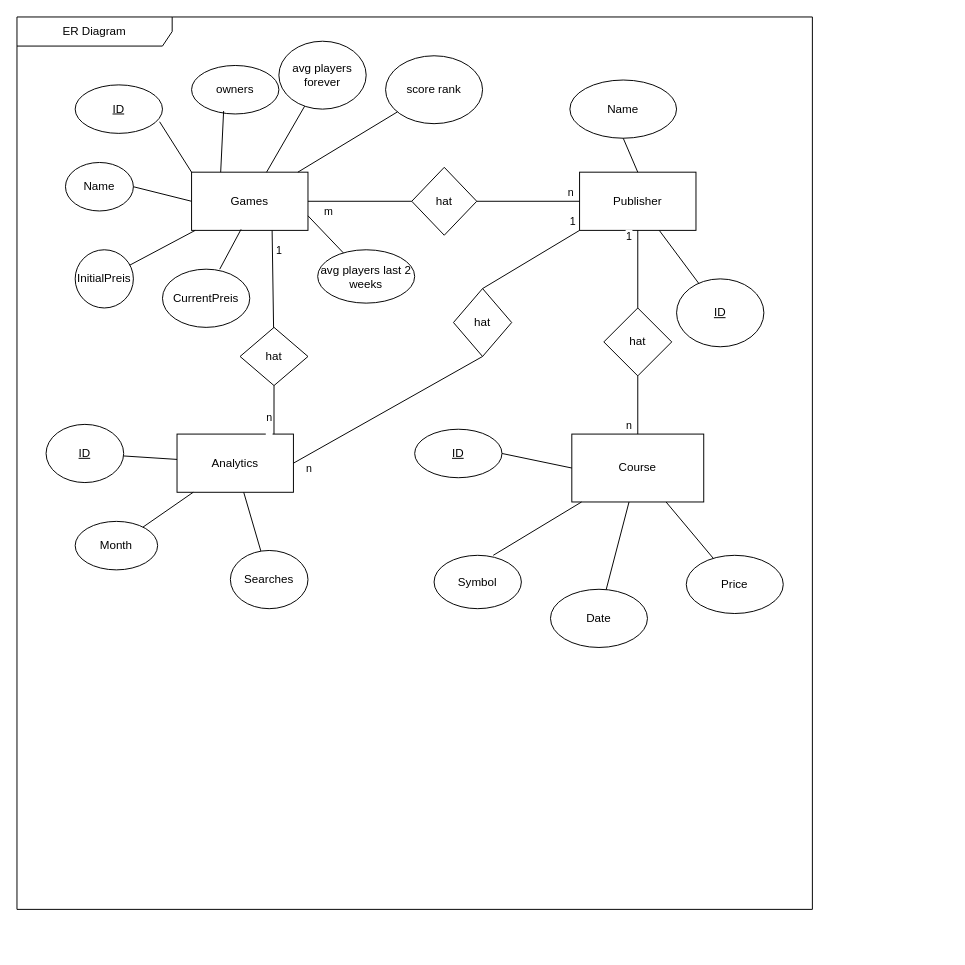
Earlier version of the draw.io diagram ERModel.drawio (Noah250201/Simulationsprojekt). Source tidied: cells renumbered, new cells numbered last; positions are measured from the earlier drawing's top-left corner, leaving out a move shared by most shapes. Both pictures are drawn from the tidied source at 97%, with x=0, y=0 at pixel (16, 16).
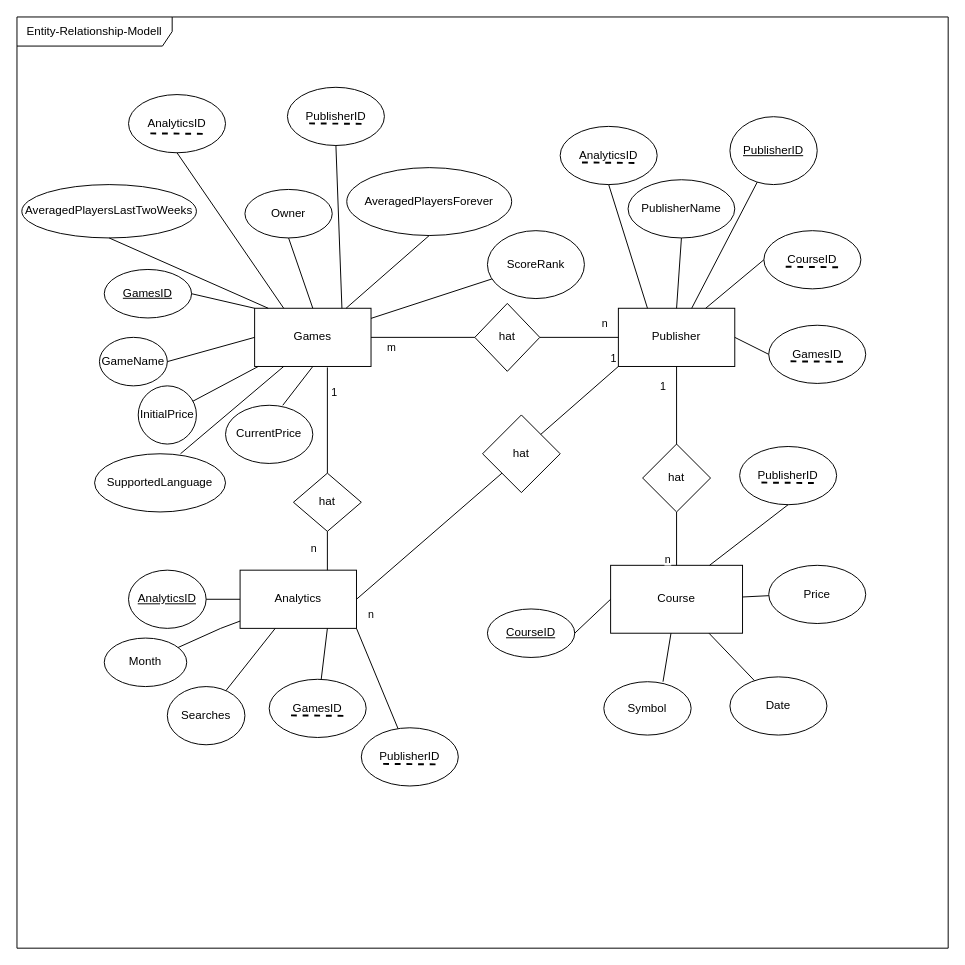
Above is the later version.

Commit message:
Update ERModel rdy to check

Unchanged cells that the change refers to:
```xml
<mxCell id="22" style="endArrow=none;html=1;rounded=0;entryX=0;entryY=0.5;entryDx=0;entryDy=0;exitX=1;exitY=0.5;exitDx=0;exitDy=0;" parent="2" edge="1" source="19" target="18">
  <mxGeometry relative="1" as="geometry" />
</mxCell>
<mxCell id="34" style="endArrow=none;html=1;rounded=0;" parent="2" edge="1" source="33" target="18">
  <mxGeometry relative="1" as="geometry" />
</mxCell>
```

What changed in the source:
```diff
@@
-    <mxCell id="2" value="ER Diagram" style="shape=umlFrame;whiteSpace=wrap;html=1;width=160;" parent="1" vertex="1">
-      <mxGeometry width="820" height="920" as="geometry" />
+    <mxCell id="2" value="Entity-Relationship-Modell" style="shape=umlFrame;whiteSpace=wrap;html=1;width=160;" parent="1" vertex="1">
+      <mxGeometry width="960" height="960" as="geometry" />
     </mxCell>
     <mxCell id="3" value="Games" style="rounded=0;whiteSpace=wrap;html=1;" parent="2" vertex="1">
-      <mxGeometry x="180" y="160" width="120" height="60" as="geometry" />
+      <mxGeometry x="245" y="300.3" width="120" height="60" as="geometry" />
     </mxCell>
-    <mxCell id="4" value="&lt;u&gt;ID&lt;/u&gt;" style="ellipse;whiteSpace=wrap;html=1;" parent="2" vertex="1">
-      <mxGeometry x="60" y="70" width="90" height="50" as="geometry" />
+    <mxCell id="4" value="&lt;u&gt;GamesID&lt;/u&gt;" style="ellipse;whiteSpace=wrap;html=1;" parent="2" vertex="1">
+      <mxGeometry x="90" y="260.3" width="90" height="50" as="geometry" />
     </mxCell>
-    <mxCell id="5" style="endArrow=none;html=1;rounded=0;entryX=0.967;entryY=0.76;entryDx=0;entryDy=0;entryPerimeter=0;exitX=0;exitY=0;exitDx=0;exitDy=0;" parent="2" edge="1" source="3" target="4">
+    <mxCell id="5" style="endArrow=none;html=1;rounded=0;exitX=0;exitY=0;exitDx=0;exitDy=0;entryX=1;entryY=0.5;entryDx=0;entryDy=0;" parent="2" edge="1" source="3" target="4">
       <mxGeometry relative="1" as="geometry" />
     </mxCell>
-    <mxCell id="6" value="Name" style="ellipse;whiteSpace=wrap;html=1;" parent="2" vertex="1">
-      <mxGeometry x="50" y="150" width="70" height="50" as="geometry" />
+    <mxCell id="6" value="GameName" style="ellipse;whiteSpace=wrap;html=1;" parent="2" vertex="1">
+      <mxGeometry x="85" y="330.3" width="70" height="50" as="geometry" />
     </mxCell>
-    <mxCell id="7" value="InitialPreis" style="ellipse;whiteSpace=wrap;html=1;" parent="2" vertex="1">
-      <mxGeometry x="60" y="240" width="60" height="60" as="geometry" />
+    <mxCell id="7" value="InitialPrice" style="ellipse;whiteSpace=wrap;html=1;" parent="2" vertex="1">
+      <mxGeometry x="125" y="380.3" width="60" height="60" as="geometry" />
     </mxCell>
-    <mxCell id="8" value="CurrentPreis" style="ellipse;whiteSpace=wrap;html=1;" parent="2" vertex="1">
-      <mxGeometry x="150" y="260" width="90" height="60" as="geometry" />
+    <mxCell id="8" value="CurrentPrice" style="ellipse;whiteSpace=wrap;html=1;" parent="2" vertex="1">
+      <mxGeometry x="215" y="400.3" width="90" height="60" as="geometry" />
     </mxCell>
@@
-    <mxCell id="11" style="endArrow=none;html=1;rounded=0;exitX=0.425;exitY=0.983;exitDx=0;exitDy=0;exitPerimeter=0;entryX=0.656;entryY=0;entryDx=0;entryDy=0;entryPerimeter=0;" parent="2" edge="1" source="3" target="8">
+    <mxCell id="11" style="endArrow=none;html=1;rounded=0;exitX=0.5;exitY=1;exitDx=0;exitDy=0;entryX=0.656;entryY=0;entryDx=0;entryDy=0;entryPerimeter=0;" parent="2" edge="1" source="3" target="8">
       <mxGeometry relative="1" as="geometry" />
     </mxCell>
-    <mxCell id="12" value="owners" style="ellipse;whiteSpace=wrap;html=1;" parent="2" vertex="1">
-      <mxGeometry x="180" y="50" width="90" height="50" as="geometry" />
+    <mxCell id="12" value="Owner" style="ellipse;whiteSpace=wrap;html=1;" parent="2" vertex="1">
+      <mxGeometry x="235" y="177.8" width="90" height="50" as="geometry" />
     </mxCell>
-    <mxCell id="13" value="avg players forever" style="ellipse;whiteSpace=wrap;html=1;" parent="2" vertex="1">
-      <mxGeometry x="270" y="25" width="90" height="70" as="geometry" />
+    <mxCell id="13" value="AveragedPlayersForever" style="ellipse;whiteSpace=wrap;html=1;" parent="2" vertex="1">
+      <mxGeometry x="340" y="155.3" width="170" height="70" as="geometry" />
     </mxCell>
-    <mxCell id="14" value="avg players last 2 weeks" style="ellipse;whiteSpace=wrap;html=1;" parent="2" vertex="1">
-      <mxGeometry x="310" y="240" width="100" height="55" as="geometry" />
+    <mxCell id="14" value="AveragedPlayersLastTwoWeeks" style="ellipse;whiteSpace=wrap;html=1;" parent="2" vertex="1">
+      <mxGeometry x="5" y="172.8" width="180" height="55" as="geometry" />
     </mxCell>
-    <mxCell id="15" style="endArrow=none;html=1;rounded=0;entryX=0.25;entryY=0;entryDx=0;entryDy=0;exitX=0.367;exitY=0.94;exitDx=0;exitDy=0;exitPerimeter=0;" parent="2" edge="1" source="12" target="3">
+    <mxCell id="15" style="endArrow=none;html=1;rounded=0;entryX=0.5;entryY=0;entryDx=0;entryDy=0;exitX=0.5;exitY=1;exitDx=0;exitDy=0;" parent="2" edge="1" source="12" target="3">
       <mxGeometry relative="1" as="geometry" />
     </mxCell>
-    <mxCell id="16" style="endArrow=none;html=1;rounded=0;" parent="2" edge="1" source="3" target="13">
+    <mxCell id="16" style="endArrow=none;html=1;rounded=0;entryX=0.5;entryY=1;entryDx=0;entryDy=0;" parent="2" edge="1" source="3" target="13">
       <mxGeometry relative="1" as="geometry" />
     </mxCell>
-    <mxCell id="17" style="endArrow=none;html=1;rounded=0;exitX=1;exitY=0.75;exitDx=0;exitDy=0;" parent="2" edge="1" source="3" target="14">
-      <mxGeometry relative="1" as="geometry" />
-    </mxCell>
     <mxCell id="18" value="Publisher" style="rounded=0;whiteSpace=wrap;html=1;" parent="2" vertex="1">
-      <mxGeometry x="580" y="160" width="120" height="60" as="geometry" />
+      <mxGeometry x="620" y="300.3" width="120" height="60" as="geometry" />
     </mxCell>
     <mxCell id="19" value="hat" style="rhombus;whiteSpace=wrap;html=1;" parent="2" vertex="1">
-      <mxGeometry x="407" y="155" width="67" height="70" as="geometry" />
+      <mxGeometry x="472" y="295.3" width="67" height="70" as="geometry" />
     </mxCell>
@@
     <mxCell id="23" value="n" style="edgeLabel;html=1;align=center;verticalAlign=middle;" parent="22" vertex="1">
       <mxGeometry x="-0.02" relative="1" as="geometry">
-        <mxPoint x="44" y="-10" as="offset" />
+        <mxPoint x="26" y="-15" as="offset" />
       </mxGeometry>
     </mxCell>
-    <mxCell id="24" value="&lt;u&gt;ID&lt;/u&gt;" style="ellipse;whiteSpace=wrap;html=1;" parent="2" vertex="1">
-      <mxGeometry x="680" y="270" width="90" height="70" as="geometry" />
+    <mxCell id="24" value="&lt;u&gt;PublisherID&lt;/u&gt;" style="ellipse;whiteSpace=wrap;html=1;" parent="2" vertex="1">
+      <mxGeometry x="735" y="102.8" width="90" height="70" as="geometry" />
     </mxCell>
@@
-    <mxCell id="26" value="score rank" style="ellipse;whiteSpace=wrap;html=1;" parent="2" vertex="1">
-      <mxGeometry x="380" y="40" width="100" height="70" as="geometry" />
+    <mxCell id="26" value="ScoreRank" style="ellipse;whiteSpace=wrap;html=1;" parent="2" vertex="1">
+      <mxGeometry x="485" y="220.3" width="100" height="70" as="geometry" />
     </mxCell>
@@
     <mxCell id="28" value="Course" style="rounded=0;whiteSpace=wrap;html=1;" parent="2" vertex="1">
-      <mxGeometry x="572" y="430" width="136" height="70" as="geometry" />
+      <mxGeometry x="612" y="565.3" width="136" height="70" as="geometry" />
     </mxCell>
     <mxCell id="29" value="Date" style="ellipse;whiteSpace=wrap;html=1;" parent="2" vertex="1">
-      <mxGeometry x="550" y="590" width="100" height="60" as="geometry" />
+      <mxGeometry x="735" y="680.3" width="100" height="60" as="geometry" />
     </mxCell>
     <mxCell id="30" value="Price" style="ellipse;whiteSpace=wrap;html=1;" parent="2" vertex="1">
-      <mxGeometry x="690" y="555" width="100" height="60" as="geometry" />
+      <mxGeometry x="775" y="565.3" width="100" height="60" as="geometry" />
     </mxCell>
@@
     <mxCell id="33" value="hat" style="rhombus;whiteSpace=wrap;html=1;" parent="2" vertex="1">
-      <mxGeometry x="605" y="300" width="70" height="70" as="geometry" />
+      <mxGeometry x="645" y="440.3" width="70" height="70" as="geometry" />
     </mxCell>
@@
     <mxCell id="35" value="1" style="edgeLabel;html=1;align=center;verticalAlign=middle;" parent="34" vertex="1">
       <mxGeometry x="0.38" relative="1" as="geometry">
-        <mxPoint x="-10" y="-20" as="offset" />
+        <mxPoint x="-15" y="-5" as="offset" />
       </mxGeometry>
     </mxCell>
@@
     <mxCell id="38" value="Symbol" style="ellipse;whiteSpace=wrap;html=1;" parent="2" vertex="1">
-      <mxGeometry x="430" y="555" width="90" height="55" as="geometry" />
+      <mxGeometry x="605" y="685.3" width="90" height="55" as="geometry" />
     </mxCell>
@@
     <mxCell id="40" value="Analytics" style="rounded=0;whiteSpace=wrap;html=1;" parent="2" vertex="1">
-      <mxGeometry x="165" y="430" width="120" height="60" as="geometry" />
+      <mxGeometry x="230" y="570.3" width="120" height="60" as="geometry" />
     </mxCell>
     <mxCell id="41" value="Month" style="ellipse;whiteSpace=wrap;html=1;" parent="2" vertex="1">
-      <mxGeometry x="60" y="520" width="85" height="50" as="geometry" />
+      <mxGeometry x="90" y="640.3" width="85" height="50" as="geometry" />
     </mxCell>
-    <mxCell id="42" value="&lt;u&gt;ID&lt;/u&gt;" style="ellipse;whiteSpace=wrap;html=1;" parent="2" vertex="1">
-      <mxGeometry x="30" y="420" width="80" height="60" as="geometry" />
+    <mxCell id="42" value="&lt;u&gt;AnalyticsID&lt;/u&gt;" style="ellipse;whiteSpace=wrap;html=1;" parent="2" vertex="1">
+      <mxGeometry x="115" y="570.3" width="80" height="60" as="geometry" />
     </mxCell>
     <mxCell id="43" value="Searches" style="ellipse;whiteSpace=wrap;html=1;" parent="2" vertex="1">
-      <mxGeometry x="220" y="550" width="80" height="60" as="geometry" />
+      <mxGeometry x="155" y="690.3" width="80" height="60" as="geometry" />
     </mxCell>
@@
     <mxCell id="45" style="endArrow=none;html=1;rounded=0;" parent="2" edge="1" source="40" target="41">
-      <mxGeometry relative="1" as="geometry" />
+      <mxGeometry relative="1" as="geometry">
+        <Array as="points">
+          <mxPoint x="210" y="630.3" />
+        </Array>
+      </mxGeometry>
     </mxCell>
@@
     <mxCell id="47" value="hat" style="rhombus;whiteSpace=wrap;html=1;" parent="2" vertex="1">
-      <mxGeometry x="230" y="320" width="70" height="60" as="geometry" />
+      <mxGeometry x="285" y="470.3" width="70" height="60" as="geometry" />
     </mxCell>
-    <mxCell id="48" style="endArrow=none;html=1;rounded=0;entryX=0.5;entryY=1;entryDx=0;entryDy=0;exitX=0.833;exitY=0;exitDx=0;exitDy=0;exitPerimeter=0;" parent="2" edge="1" source="40" target="47">
+    <mxCell id="48" style="endArrow=none;html=1;rounded=0;entryX=0.5;entryY=1;entryDx=0;entryDy=0;exitX=0.75;exitY=0;exitDx=0;exitDy=0;" parent="2" edge="1" source="40" target="47">
       <mxGeometry relative="1" as="geometry" />
     </mxCell>
     <mxCell id="49" value="n&lt;div&gt;&lt;br&gt;&lt;/div&gt;" style="edgeLabel;html=1;align=center;verticalAlign=middle;" parent="48" vertex="1">
       <mxGeometry x="-0.16" y="2" relative="1" as="geometry">
-        <mxPoint x="-3" y="11" as="offset" />
+        <mxPoint x="-13" y="1" as="offset" />
       </mxGeometry>
     </mxCell>
-    <mxCell id="50" style="endArrow=none;html=1;rounded=0;exitX=0.692;exitY=1;exitDx=0;exitDy=0;exitPerimeter=0;" parent="2" edge="1" source="3" target="47">
-      <mxGeometry relative="1" as="geometry" />
+    <mxCell id="50" style="endArrow=none;html=1;rounded=0;" parent="2" edge="1" target="47">
+      <mxGeometry relative="1" as="geometry">
+        <mxPoint x="320" y="361.3" as="sourcePoint" />
+      </mxGeometry>
     </mxCell>
@@
     <mxCell id="52" value="hat" style="rhombus;whiteSpace=wrap;html=1;" parent="2" vertex="1">
-      <mxGeometry x="450" y="280" width="60" height="70" as="geometry" />
+      <mxGeometry x="480" y="410.3" width="80" height="80" as="geometry" />
     </mxCell>
-    <mxCell id="53" style="endArrow=none;html=1;rounded=0;entryX=0.5;entryY=1;entryDx=0;entryDy=0;exitX=1;exitY=0.5;exitDx=0;exitDy=0;" parent="2" edge="1" source="40" target="52">
+    <mxCell id="53" style="endArrow=none;html=1;rounded=0;entryX=0;entryY=1;entryDx=0;entryDy=0;exitX=1;exitY=0.5;exitDx=0;exitDy=0;" parent="2" edge="1" source="40" target="52">
       <mxGeometry relative="1" as="geometry" />
     </mxCell>
     <mxCell id="54" value="n" style="edgeLabel;html=1;align=center;verticalAlign=middle;" parent="53" vertex="1">
       <mxGeometry x="-0.22" y="1" relative="1" as="geometry">
-        <mxPoint x="-60" y="49" as="offset" />
+        <mxPoint x="-43" y="66" as="offset" />
       </mxGeometry>
     </mxCell>
-    <mxCell id="55" style="endArrow=none;html=1;rounded=0;entryX=0;entryY=1;entryDx=0;entryDy=0;exitX=0.5;exitY=0;exitDx=0;exitDy=0;" parent="2" edge="1" source="52" target="18">
+    <mxCell id="55" style="endArrow=none;html=1;rounded=0;entryX=0;entryY=1;entryDx=0;entryDy=0;exitX=1;exitY=0;exitDx=0;exitDy=0;" parent="2" edge="1" source="52" target="18">
       <mxGeometry relative="1" as="geometry" />
     </mxCell>
     <mxCell id="56" value="1" style="edgeLabel;html=1;align=center;verticalAlign=middle;" parent="55" vertex="1">
       <mxGeometry x="0.09" y="1" relative="1" as="geometry">
-        <mxPoint x="38" y="-36" as="offset" />
+        <mxPoint x="32" y="-40" as="offset" />
       </mxGeometry>
     </mxCell>
-    <mxCell id="57" value="&lt;u&gt;ID&lt;/u&gt;" style="ellipse;whiteSpace=wrap;html=1;" parent="2" vertex="1">
-      <mxGeometry x="410" y="425" width="90" height="50" as="geometry" />
+    <mxCell id="57" value="&lt;u&gt;CourseID&lt;/u&gt;" style="ellipse;whiteSpace=wrap;html=1;" parent="2" vertex="1">
+      <mxGeometry x="485" y="610.3" width="90" height="50" as="geometry" />
     </mxCell>
@@
-    <mxCell id="59" value="Name" style="ellipse;whiteSpace=wrap;html=1;" parent="2" vertex="1">
-      <mxGeometry x="570" y="65" width="110" height="60" as="geometry" />
+    <mxCell id="59" value="PublisherName" style="ellipse;whiteSpace=wrap;html=1;" parent="2" vertex="1">
+      <mxGeometry x="630" y="167.8" width="110" height="60" as="geometry" />
     </mxCell>
@@
+    <mxCell id="61" style="endArrow=none;html=1;rounded=0;entryX=0.117;entryY=0;entryDx=0;entryDy=0;exitX=0.5;exitY=1;exitDx=0;exitDy=0;entryPerimeter=0;" parent="2" edge="1" source="14" target="3">
+      <mxGeometry relative="1" as="geometry" />
+    </mxCell>
+    <mxCell id="62" value="GamesID" style="ellipse;whiteSpace=wrap;html=1;" parent="2" vertex="1">
+      <mxGeometry x="260" y="682.8" width="100" height="60" as="geometry" />
+    </mxCell>
+    <mxCell id="63" style="endArrow=none;html=1;rounded=0;dashed=1;strokeWidth=2;" parent="2" edge="1">
+      <mxGeometry relative="1" as="geometry">
+        <mxPoint x="282.5" y="720" as="sourcePoint" />
+        <mxPoint x="337.5" y="720.5" as="targetPoint" />
+      </mxGeometry>
+    </mxCell>
+    <mxCell id="64" style="html=1;whiteSpace=wrap;align=right;verticalAlign=bottom;" parent="63" vertex="1">
+      <mxGeometry x="1" relative="1" as="geometry" />
+    </mxCell>
+    <mxCell id="65" style="endArrow=none;html=1;rounded=0;entryX=0.75;entryY=1;entryDx=0;entryDy=0;" parent="2" edge="1" source="62" target="40">
+      <mxGeometry relative="1" as="geometry" />
+    </mxCell>
+    <mxCell id="66" value="PublisherID" style="ellipse;whiteSpace=wrap;html=1;" parent="2" vertex="1">
+      <mxGeometry x="355" y="732.8" width="100" height="60" as="geometry" />
+    </mxCell>
+    <mxCell id="67" style="endArrow=none;html=1;rounded=0;dashed=1;strokeWidth=2;" parent="2" edge="1">
+      <mxGeometry relative="1" as="geometry">
+        <mxPoint x="377.5" y="770" as="sourcePoint" />
+        <mxPoint x="432.5" y="770.5" as="targetPoint" />
+      </mxGeometry>
+    </mxCell>
+    <mxCell id="68" style="html=1;whiteSpace=wrap;align=right;verticalAlign=bottom;" parent="67" vertex="1">
+      <mxGeometry x="1" relative="1" as="geometry" />
+    </mxCell>
+    <mxCell id="69" style="endArrow=none;html=1;rounded=0;entryX=1;entryY=1;entryDx=0;entryDy=0;" parent="2" edge="1" source="66" target="40">
+      <mxGeometry relative="1" as="geometry" />
+    </mxCell>
+    <mxCell id="70" value="SupportedLanguage" style="ellipse;whiteSpace=wrap;html=1;" parent="2" vertex="1">
+      <mxGeometry x="80" y="450.3" width="135" height="60" as="geometry" />
+    </mxCell>
+    <mxCell id="71" style="endArrow=none;html=1;rounded=0;exitX=0.25;exitY=1;exitDx=0;exitDy=0;entryX=0.656;entryY=0;entryDx=0;entryDy=0;entryPerimeter=0;" parent="2" edge="1" source="3" target="70">
+      <mxGeometry relative="1" as="geometry" />
+    </mxCell>
+    <mxCell id="72" value="PublisherID" style="ellipse;whiteSpace=wrap;html=1;" parent="2" vertex="1">
+      <mxGeometry x="745" y="442.8" width="100" height="60" as="geometry" />
+    </mxCell>
+    <mxCell id="73" style="endArrow=none;html=1;rounded=0;dashed=1;strokeWidth=2;" parent="2" edge="1">
+      <mxGeometry relative="1" as="geometry">
+        <mxPoint x="767.5" y="480" as="sourcePoint" />
+        <mxPoint x="822.5" y="480.5" as="targetPoint" />
+      </mxGeometry>
+    </mxCell>
+    <mxCell id="74" style="html=1;whiteSpace=wrap;align=right;verticalAlign=bottom;" parent="73" vertex="1">
+      <mxGeometry x="1" relative="1" as="geometry" />
+    </mxCell>
+    <mxCell id="75" style="endArrow=none;html=1;rounded=0;entryX=0.75;entryY=0;entryDx=0;entryDy=0;exitX=0.5;exitY=1;exitDx=0;exitDy=0;" parent="2" edge="1" source="72" target="28">
+      <mxGeometry relative="1" as="geometry" />
+    </mxCell>
+    <mxCell id="76" value="GamesID" style="ellipse;whiteSpace=wrap;html=1;" parent="2" vertex="1">
+      <mxGeometry x="775" y="317.8" width="100" height="60" as="geometry" />
+    </mxCell>
+    <mxCell id="77" style="endArrow=none;html=1;rounded=0;dashed=1;strokeWidth=2;" parent="2" edge="1">
+      <mxGeometry relative="1" as="geometry">
+        <mxPoint x="797.5" y="355" as="sourcePoint" />
+        <mxPoint x="852.5" y="355.5" as="targetPoint" />
+      </mxGeometry>
+    </mxCell>
+    <mxCell id="78" style="html=1;whiteSpace=wrap;align=right;verticalAlign=bottom;" parent="77" vertex="1">
+      <mxGeometry x="1" relative="1" as="geometry" />
+    </mxCell>
+    <mxCell id="79" style="endArrow=none;html=1;rounded=0;entryX=1;entryY=0.5;entryDx=0;entryDy=0;exitX=0;exitY=0.5;exitDx=0;exitDy=0;" parent="2" edge="1" source="76" target="18">
+      <mxGeometry relative="1" as="geometry" />
+    </mxCell>
+    <mxCell id="80" value="AnalyticsID" style="ellipse;whiteSpace=wrap;html=1;" parent="2" vertex="1">
+      <mxGeometry x="560" y="112.8" width="100" height="60" as="geometry" />
+    </mxCell>
+    <mxCell id="81" style="endArrow=none;html=1;rounded=0;dashed=1;strokeWidth=2;" parent="2" edge="1">
+      <mxGeometry relative="1" as="geometry">
+        <mxPoint x="582.5" y="150" as="sourcePoint" />
+        <mxPoint x="637.5" y="150.5" as="targetPoint" />
+      </mxGeometry>
+    </mxCell>
+    <mxCell id="82" style="html=1;whiteSpace=wrap;align=right;verticalAlign=bottom;" parent="81" vertex="1">
+      <mxGeometry x="1" relative="1" as="geometry" />
+    </mxCell>
+    <mxCell id="83" style="endArrow=none;html=1;rounded=0;entryX=0.25;entryY=0;entryDx=0;entryDy=0;exitX=0.5;exitY=1;exitDx=0;exitDy=0;" parent="2" edge="1" source="80" target="18">
+      <mxGeometry relative="1" as="geometry" />
+    </mxCell>
+    <mxCell id="84" value="CourseID" style="ellipse;whiteSpace=wrap;html=1;" parent="2" vertex="1">
+      <mxGeometry x="770" y="220.3" width="100" height="60" as="geometry" />
+    </mxCell>
+    <mxCell id="85" style="endArrow=none;html=1;rounded=0;dashed=1;strokeWidth=2;" parent="2" edge="1">
+      <mxGeometry relative="1" as="geometry">
+        <mxPoint x="792.5" y="257.5" as="sourcePoint" />
+        <mxPoint x="847.5" y="258" as="targetPoint" />
+      </mxGeometry>
+    </mxCell>
+    <mxCell id="86" style="html=1;whiteSpace=wrap;align=right;verticalAlign=bottom;" parent="85" vertex="1">
+      <mxGeometry x="1" relative="1" as="geometry" />
+    </mxCell>
+    <mxCell id="87" style="endArrow=none;html=1;rounded=0;entryX=0.75;entryY=0;entryDx=0;entryDy=0;exitX=0;exitY=0.5;exitDx=0;exitDy=0;" parent="2" edge="1" source="84" target="18">
+      <mxGeometry relative="1" as="geometry" />
+    </mxCell>
+    <mxCell id="88" style="html=1;whiteSpace=wrap;align=right;verticalAlign=bottom;" parent="2" vertex="1">
+      <mxGeometry x="261.2" y="60.2" as="geometry" />
+    </mxCell>
+    <mxCell id="89" value="PublisherID" style="ellipse;whiteSpace=wrap;html=1;" parent="2" vertex="1">
+      <mxGeometry x="278.8" y="72.5" width="100" height="60" as="geometry" />
+    </mxCell>
+    <mxCell id="90" style="endArrow=none;html=1;rounded=0;dashed=1;strokeWidth=2;" parent="2" edge="1">
+      <mxGeometry relative="1" as="geometry">
+        <mxPoint x="301.2" y="109.7" as="sourcePoint" />
+        <mxPoint x="356.2" y="110.2" as="targetPoint" />
+      </mxGeometry>
+    </mxCell>
+    <mxCell id="91" style="html=1;whiteSpace=wrap;align=right;verticalAlign=bottom;" parent="90" vertex="1">
+      <mxGeometry x="1" relative="1" as="geometry" />
+    </mxCell>
+    <mxCell id="92" style="endArrow=none;html=1;rounded=0;entryX=0.75;entryY=0;entryDx=0;entryDy=0;exitX=0.5;exitY=1;exitDx=0;exitDy=0;" parent="2" edge="1" source="89" target="3">
+      <mxGeometry relative="1" as="geometry" />
+    </mxCell>
+    <mxCell id="93" style="endArrow=none;html=1;rounded=0;entryX=0.25;entryY=0;entryDx=0;entryDy=0;exitX=0.5;exitY=1;exitDx=0;exitDy=0;" parent="2" edge="1" source="94" target="3">
+      <mxGeometry relative="1" as="geometry" />
+    </mxCell>
+    <mxCell id="94" value="AnalyticsID" style="ellipse;whiteSpace=wrap;html=1;" parent="2" vertex="1">
+      <mxGeometry x="115" y="80" width="100" height="60" as="geometry" />
+    </mxCell>
+    <mxCell id="95" style="endArrow=none;html=1;rounded=0;dashed=1;strokeWidth=2;" parent="2" edge="1">
+      <mxGeometry relative="1" as="geometry">
+        <mxPoint x="137.5" y="120" as="sourcePoint" />
+        <mxPoint x="192.5" y="120.5" as="targetPoint" />
+      </mxGeometry>
+    </mxCell>
+    <mxCell id="96" style="html=1;whiteSpace=wrap;align=right;verticalAlign=bottom;" parent="95" vertex="1">
+      <mxGeometry x="1" relative="1" as="geometry" />
+    </mxCell>
```
